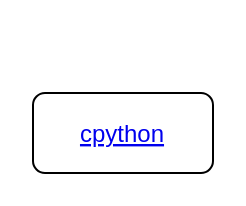
hayderzaeim/cpython keeps this draw.io diagram as Untitled Diagram.drawio. Above is the earlier version. Source tidied: cells renumbered, new cells numbered last; positions are measured from the earlier drawing's top-left corner, leaving out a move shared by most shapes. Both pictures are drawn from the tidied source at 200%, with x=0, y=0 at pixel (32, 92).
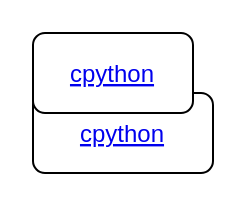
The same diagram, later.

Diff of the diagram source:
```diff
@@
 <mxGraphModel>
   <root>
     <mxCell id="0" />
     <mxCell id="1" parent="0" />
     <mxCell id="2" value="cpython" style="fontColor=#0000EE;fontStyle=4;rounded=1;overflow=hidden;spacing=10;" parent="1" vertex="1">
       <mxGeometry width="90" height="40" as="geometry" />
     </mxCell>
+    <mxCell id="3" value="cpython" style="fontColor=#0000EE;fontStyle=4;rounded=1;overflow=hidden;spacing=10;" parent="1" vertex="1">
+      <mxGeometry y="-30" width="80" height="40" as="geometry" />
+    </mxCell>
   </root>
 </mxGraphModel>
```
